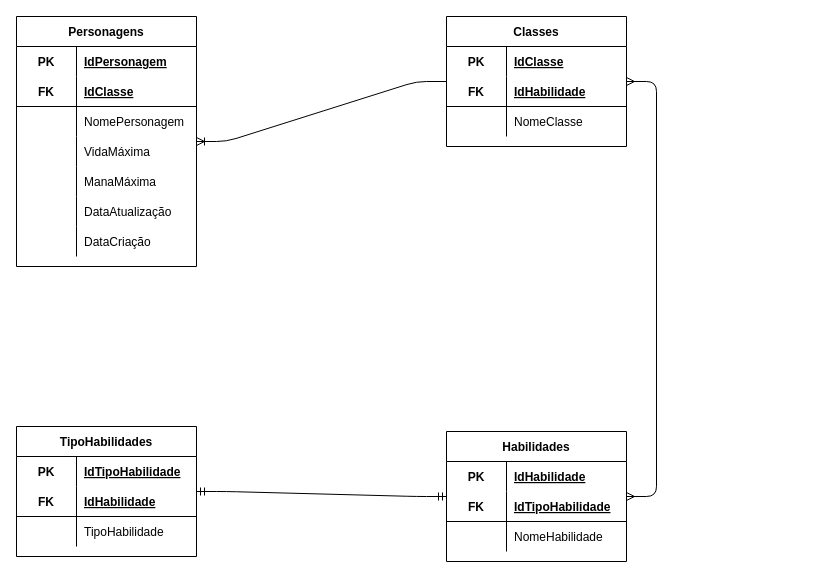
This is Senai_HROADS_Manhã/Modelo lógico HROADS .drawio from Danilo2503/Senai-Sprint_BD, a draw.io file, before an edit. Source tidied: cells renumbered, new cells numbered last; positions are measured from the earlier drawing's top-left corner, leaving out a move shared by most shapes. Both pictures are drawn from the tidied source at 100%, with x=0, y=0 at pixel (16, 16).
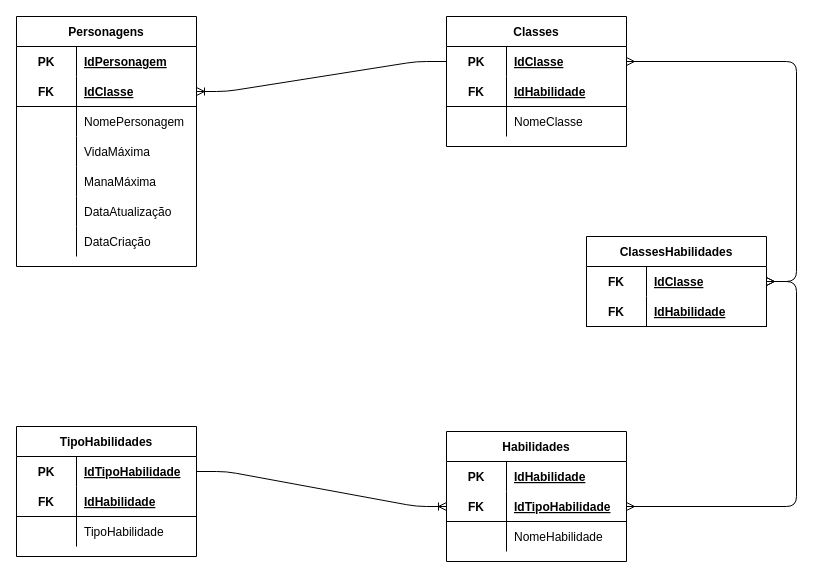
Above is the later version.

Unchanged cells that the change refers to:
```xml
<mxCell id="2" value="Personagens" style="shape=table;startSize=30;childLayout=tableLayout;rowLines=0;fontStyle=1;align=center;" parent="1" vertex="1">
  <mxGeometry width="180" height="250" as="geometry" />
</mxCell>
<mxCell id="6" style="shape=partialRectangle;fillColor=none;top=0;left=0;bottom=1;right=0;points=[[0,0.5],[1,0.5]];portConstraint=eastwest;" parent="2" vertex="1">
  <mxGeometry y="60" width="180" height="30" as="geometry" />
</mxCell>
<mxCell id="24" value="Classes" style="shape=table;startSize=30;childLayout=tableLayout;rowLines=0;fontStyle=1;align=center;" parent="1" vertex="1">
  <mxGeometry x="430" width="180" height="130" as="geometry" />
</mxCell>
<mxCell id="25" style="shape=partialRectangle;fillColor=none;top=0;left=0;bottom=0;right=0;points=[[0,0.5],[1,0.5]];portConstraint=eastwest;" parent="24" vertex="1">
  <mxGeometry y="30" width="180" height="30" as="geometry" />
</mxCell>
<mxCell id="34" value="Habilidades" style="shape=table;startSize=30;childLayout=tableLayout;rowLines=0;fontStyle=1;align=center;" parent="1" vertex="1">
  <mxGeometry x="430" y="415" width="180" height="130" as="geometry" />
</mxCell>
<mxCell id="38" style="shape=partialRectangle;fillColor=none;top=0;left=0;bottom=1;right=0;points=[[0,0.5],[1,0.5]];portConstraint=eastwest;" parent="34" vertex="1">
  <mxGeometry y="60" width="180" height="30" as="geometry" />
</mxCell>
<mxCell id="44" value="TipoHabilidades" style="shape=table;startSize=30;childLayout=tableLayout;rowLines=0;fontStyle=1;align=center;" parent="1" vertex="1">
  <mxGeometry y="410" width="180" height="130" as="geometry" />
</mxCell>
<mxCell id="45" style="shape=partialRectangle;fillColor=none;top=0;left=0;bottom=0;right=0;points=[[0,0.5],[1,0.5]];portConstraint=eastwest;" parent="44" vertex="1">
  <mxGeometry y="30" width="180" height="30" as="geometry" />
</mxCell>
```

The edit, as a diff of the source:
```diff
@@
-    <mxCell id="54" style="edgeStyle=entityRelationEdgeStyle;fontSize=12;html=1;endArrow=ERmandOne;startArrow=ERmandOne;" parent="1" edge="1" source="44" target="34">
-      <mxGeometry relative="1" as="geometry" />
-    </mxCell>
-    <mxCell id="55" style="edgeStyle=entityRelationEdgeStyle;fontSize=12;html=1;endArrow=ERoneToMany;" parent="1" edge="1" source="24" target="2">
+    <mxCell id="55" style="edgeStyle=entityRelationEdgeStyle;fontSize=12;html=1;endArrow=ERoneToMany;exitX=0;exitY=0.5;exitDx=0;exitDy=0;entryX=1;entryY=0.5;entryDx=0;entryDy=0;" parent="1" edge="1" source="25" target="6">
       <mxGeometry relative="1" as="geometry" />
     </mxCell>
-    <mxCell id="56" style="edgeStyle=entityRelationEdgeStyle;fontSize=12;html=1;endArrow=ERmany;startArrow=ERmany;" parent="1" edge="1" source="34" target="24">
-      <mxGeometry relative="1" as="geometry" />
-    </mxCell>
+    <mxCell id="57" style="edgeStyle=entityRelationEdgeStyle;fontSize=12;html=1;endArrow=ERoneToMany;exitX=1;exitY=0.5;exitDx=0;exitDy=0;entryX=0;entryY=0.5;entryDx=0;entryDy=0;" parent="1" edge="1" source="45" target="38">
+      <mxGeometry relative="1" as="geometry" />
+    </mxCell>
+    <mxCell id="58" value="ClassesHabilidades" style="shape=table;startSize=30;childLayout=tableLayout;rowLines=0;fontStyle=1;align=center;" parent="1" vertex="1">
+      <mxGeometry x="570" y="220" width="180" height="90" as="geometry" />
+    </mxCell>
+    <mxCell id="59" style="shape=partialRectangle;fillColor=none;top=0;left=0;bottom=0;right=0;points=[[0,0.5],[1,0.5]];portConstraint=eastwest;" parent="58" vertex="1">
+      <mxGeometry y="30" width="180" height="30" as="geometry" />
+    </mxCell>
+    <mxCell id="60" value="FK" style="shape=partialRectangle;fillColor=none;top=0;left=0;bottom=0;right=0;fontStyle=1;overflow=hidden;" parent="59" vertex="1">
+      <mxGeometry width="60" height="30" as="geometry" />
+    </mxCell>
+    <mxCell id="61" value="IdClasse" style="shape=partialRectangle;fillColor=none;top=0;left=0;bottom=0;right=0;align=left;spacingLeft=6;fontStyle=5;overflow=hidden;" parent="59" vertex="1">
+      <mxGeometry x="60" width="120" height="30" as="geometry" />
+    </mxCell>
+    <mxCell id="62" style="shape=partialRectangle;fillColor=none;top=0;left=0;bottom=1;right=0;" parent="58" vertex="1">
+      <mxGeometry y="60" width="180" height="30" as="geometry" />
+    </mxCell>
+    <mxCell id="63" value="FK" style="shape=partialRectangle;fillColor=none;top=0;left=0;bottom=0;right=0;fontStyle=1;overflow=hidden;" parent="62" vertex="1">
+      <mxGeometry width="60" height="30" as="geometry" />
+    </mxCell>
+    <mxCell id="64" value="IdHabilidade" style="shape=partialRectangle;fillColor=none;top=0;left=0;bottom=0;right=0;align=left;spacingLeft=6;fontStyle=5;overflow=hidden;" parent="62" vertex="1">
+      <mxGeometry x="60" width="120" height="30" as="geometry" />
+    </mxCell>
+    <mxCell id="65" style="edgeStyle=entityRelationEdgeStyle;fontSize=12;html=1;endArrow=ERmany;startArrow=ERmany;entryX=1;entryY=0.5;entryDx=0;entryDy=0;" parent="1" edge="1" target="25">
+      <mxGeometry relative="1" as="geometry">
+        <mxPoint x="750" y="265" as="sourcePoint" />
+      </mxGeometry>
+    </mxCell>
+    <mxCell id="66" style="edgeStyle=entityRelationEdgeStyle;fontSize=12;html=1;endArrow=ERmany;startArrow=ERmany;" parent="1" edge="1" source="38" target="59">
+      <mxGeometry relative="1" as="geometry" />
+    </mxCell>
```
